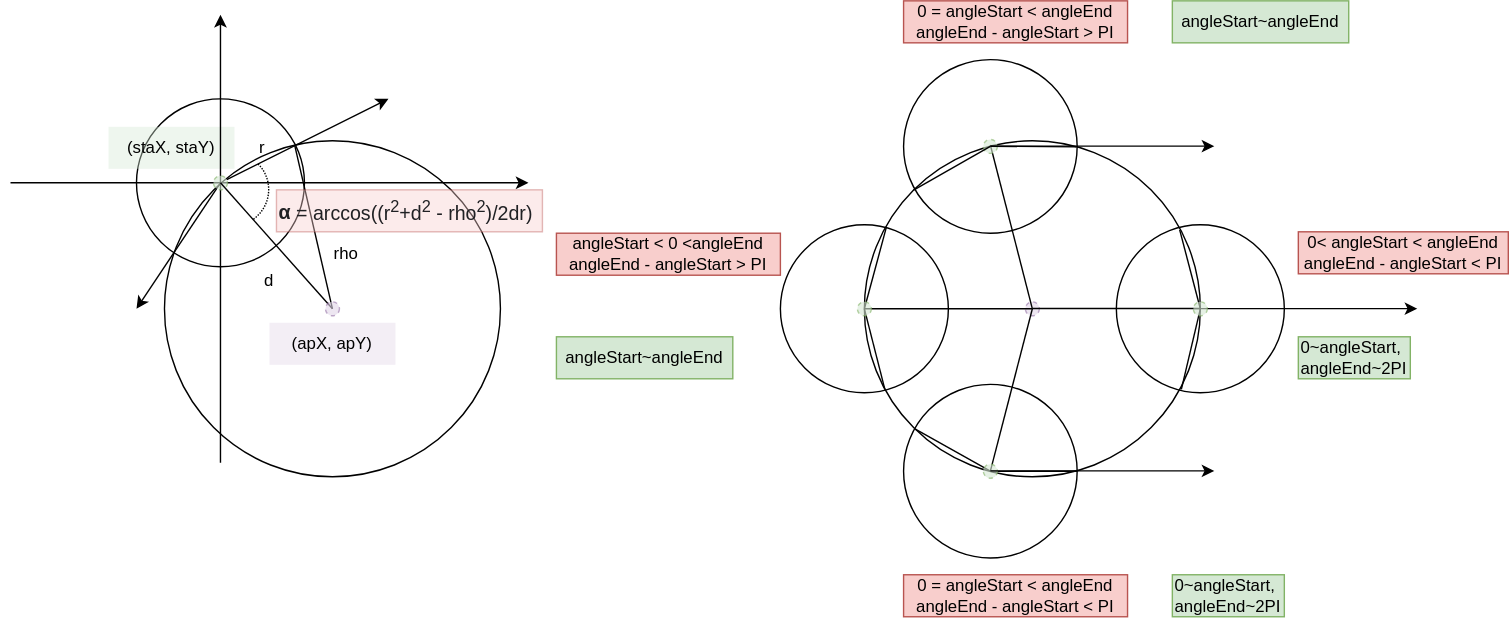
Earlier version of the draw.io export Img/AngleCalc_MovingRange.drawio.svg (USYD-SDN-Lab/Testbed_WIFI_802.11.ah). Source tidied: cells renumbered, new cells last; positions are measured from the earlier drawing's top-left corner, leaving out a move shared by most shapes.
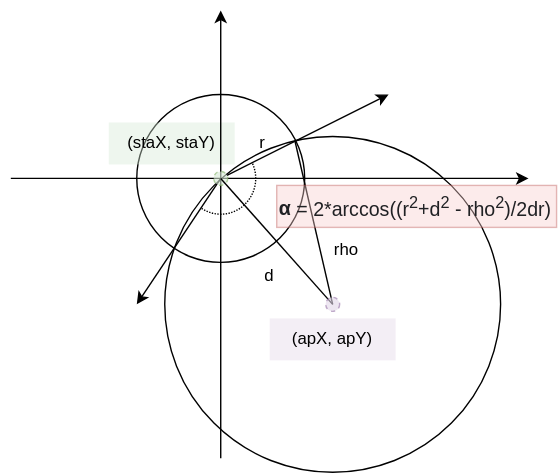
The same file after the commit.

Diff of the diagram source:
```diff
@@ -67,8 +67,8 @@
     <mxCell id="16" style="ellipse;whiteSpace=wrap;html=1;dashed=1;labelBackgroundColor=none;fillColor=#e1d5e7;opacity=60;strokeColor=#9673a6;" parent="1" vertex="1">
       <mxGeometry x="225" y="215" width="10" height="10" as="geometry" />
     </mxCell>
-    <mxCell id="17" style="verticalLabelPosition=bottom;verticalAlign=top;html=1;shape=mxgraph.basic.arc;startAngle=0.3440305841765506;endAngle=0.629941111987983;rotation=-80;dashed=1;dashPattern=1 1;" parent="1" vertex="1">
-      <mxGeometry x="133.8" y="110" width="51.1" height="50" as="geometry" />
+    <mxCell id="17" style="verticalLabelPosition=bottom;verticalAlign=top;html=1;shape=mxgraph.basic.arc;startAngle=0.4321001256099541;endAngle=0.8440305841765505;rotation=-90;dashed=1;dashPattern=1 1;" parent="1" vertex="1">
+      <mxGeometry x="124.4" y="105" width="51.1" height="50" as="geometry" />
     </mxCell>
     <mxCell id="18" value="d" style="text;html=1;strokeColor=none;fillColor=none;align=center;verticalAlign=middle;whiteSpace=wrap;rounded=0;" parent="1" vertex="1">
       <mxGeometry x="155" y="185" width="60" height="30" as="geometry" />
@@ -79,170 +79,8 @@
     <mxCell id="20" value="r" style="text;html=1;strokeColor=none;fillColor=none;align=center;verticalAlign=middle;whiteSpace=wrap;rounded=0;" parent="1" vertex="1">
       <mxGeometry x="150" y="90" width="60" height="30" as="geometry" />
     </mxCell>
-    <mxCell id="21" value="&lt;b style=&quot;color: rgb(32, 33, 36); font-family: &amp;quot;Google Sans&amp;quot;, arial, sans-serif; font-size: 14px;&quot;&gt;α &lt;/b&gt;&lt;span style=&quot;color: rgb(32, 33, 36); font-family: &amp;quot;Google Sans&amp;quot;, arial, sans-serif; font-size: 14px;&quot;&gt;= arccos((r&lt;sup&gt;2&lt;/sup&gt;+d&lt;sup&gt;2&lt;/sup&gt; - rho&lt;sup&gt;2&lt;/sup&gt;)/2dr)&lt;/span&gt;" style="text;html=1;strokeColor=#b85450;fillColor=#f8cecc;align=left;verticalAlign=middle;whiteSpace=wrap;rounded=0;labelBackgroundColor=none;opacity=40;" parent="1" vertex="1">
-      <mxGeometry x="190" y="135" width="190" height="30" as="geometry" />
+    <mxCell id="21" value="&lt;b style=&quot;color: rgb(32, 33, 36); font-family: &amp;quot;Google Sans&amp;quot;, arial, sans-serif; font-size: 14px;&quot;&gt;α &lt;/b&gt;&lt;span style=&quot;color: rgb(32, 33, 36); font-family: &amp;quot;Google Sans&amp;quot;, arial, sans-serif; font-size: 14px;&quot;&gt;= 2*arccos((r&lt;sup&gt;2&lt;/sup&gt;+d&lt;sup&gt;2&lt;/sup&gt; - rho&lt;sup&gt;2&lt;/sup&gt;)/2dr)&lt;/span&gt;" style="text;html=1;strokeColor=#b85450;fillColor=#f8cecc;align=left;verticalAlign=middle;whiteSpace=wrap;rounded=0;labelBackgroundColor=none;opacity=40;" parent="1" vertex="1">
+      <mxGeometry x="190" y="135" width="200" height="30" as="geometry" />
     </mxCell>
-    <mxCell id="22" style="ellipse;whiteSpace=wrap;html=1;fillColor=none;" parent="1" vertex="1">
-      <mxGeometry x="638" y="42" width="124" height="124" as="geometry" />
-    </mxCell>
-    <mxCell id="23" style="ellipse;whiteSpace=wrap;html=1;fillColor=none;" parent="1" vertex="1">
-      <mxGeometry x="610" y="100" width="240" height="240" as="geometry" />
-    </mxCell>
-    <mxCell id="24" style="endArrow=none;html=1;rounded=0;entryX=0.5;entryY=0.5;entryDx=0;entryDy=0;entryPerimeter=0;startArrow=none;" parent="1" edge="1" target="23">
-      <mxGeometry relative="1" as="geometry">
-        <mxPoint x="730" y="220" as="sourcePoint" />
-      </mxGeometry>
-    </mxCell>
-    <mxCell id="25" style="endArrow=none;html=1;rounded=0;dashed=1;startArrow=none;" parent="1" edge="1">
-      <mxGeometry relative="1" as="geometry">
-        <mxPoint x="550.4" y="240" as="sourcePoint" />
-        <mxPoint x="550" y="240" as="targetPoint" />
-      </mxGeometry>
-    </mxCell>
-    <mxCell id="26" style="ellipse;whiteSpace=wrap;html=1;dashed=1;labelBackgroundColor=none;fillColor=#e1d5e7;opacity=60;strokeColor=#9673a6;" parent="1" vertex="1">
-      <mxGeometry x="725" y="215" width="10" height="10" as="geometry" />
-    </mxCell>
-    <mxCell id="27" style="endArrow=none;html=1;rounded=0;" parent="1" edge="1">
-      <mxGeometry relative="1" as="geometry">
-        <mxPoint x="650" y="310" as="sourcePoint" />
-        <mxPoint x="650" y="310" as="targetPoint" />
-      </mxGeometry>
-    </mxCell>
-    <mxCell id="28" style="endArrow=none;html=1;rounded=0;" parent="1" edge="1">
-      <mxGeometry relative="1" as="geometry">
-        <mxPoint x="810" y="130" as="sourcePoint" />
-        <mxPoint x="810" y="130" as="targetPoint" />
-      </mxGeometry>
-    </mxCell>
-    <mxCell id="29" style="endArrow=none;html=1;rounded=0;" parent="1" edge="1">
-      <mxGeometry relative="1" as="geometry">
-        <mxPoint x="730" y="220" as="sourcePoint" />
-        <mxPoint x="700" y="103" as="targetPoint" />
-      </mxGeometry>
-    </mxCell>
-    <mxCell id="30" style="ellipse;whiteSpace=wrap;html=1;dashed=1;labelBackgroundColor=none;fillColor=#d5e8d4;strokeColor=#82b366;opacity=60;" parent="1" vertex="1">
-      <mxGeometry x="695" y="99" width="10" height="10" as="geometry" />
-    </mxCell>
-    <mxCell id="31" style="endArrow=none;html=1;rounded=0;" parent="1" edge="1">
-      <mxGeometry relative="1" as="geometry">
-        <mxPoint x="700" y="336" as="sourcePoint" />
-        <mxPoint x="730" y="220" as="targetPoint" />
-      </mxGeometry>
-    </mxCell>
-    <mxCell id="32" style="ellipse;whiteSpace=wrap;html=1;fillColor=none;" parent="1" vertex="1">
-      <mxGeometry x="550" y="160" width="120" height="120" as="geometry" />
-    </mxCell>
-    <mxCell id="33" style="endArrow=none;html=1;rounded=0;" parent="1" edge="1">
-      <mxGeometry relative="1" as="geometry">
-        <mxPoint x="610" y="220" as="sourcePoint" />
-        <mxPoint x="730" y="220" as="targetPoint" />
-      </mxGeometry>
-    </mxCell>
-    <mxCell id="34" style="endArrow=none;html=1;rounded=0;entryX=0.631;entryY=0.014;entryDx=0;entryDy=0;entryPerimeter=0;" parent="1" edge="1" target="32">
-      <mxGeometry relative="1" as="geometry">
-        <mxPoint x="610" y="220" as="sourcePoint" />
-      </mxGeometry>
-    </mxCell>
-    <mxCell id="35" style="endArrow=none;html=1;rounded=0;entryX=0.061;entryY=0.74;entryDx=0;entryDy=0;entryPerimeter=0;" parent="1" edge="1" target="23">
-      <mxGeometry relative="1" as="geometry">
-        <mxPoint x="610" y="220" as="sourcePoint" />
-      </mxGeometry>
-    </mxCell>
-    <mxCell id="36" style="endArrow=none;html=1;rounded=0;exitX=0;exitY=0;exitDx=0;exitDy=0;" parent="1" edge="1" source="23">
-      <mxGeometry relative="1" as="geometry">
-        <mxPoint x="700" y="104" as="targetPoint" />
-      </mxGeometry>
-    </mxCell>
-    <mxCell id="37" style="endArrow=none;html=1;rounded=0;entryX=0.63;entryY=0.018;entryDx=0;entryDy=0;entryPerimeter=0;" parent="1" edge="1" target="23">
-      <mxGeometry relative="1" as="geometry">
-        <mxPoint x="700" y="103.9" as="sourcePoint" />
-      </mxGeometry>
-    </mxCell>
-    <mxCell id="38" style="ellipse;whiteSpace=wrap;html=1;fillColor=none;" parent="1" vertex="1">
-      <mxGeometry x="638" y="274" width="124" height="124" as="geometry" />
-    </mxCell>
-    <mxCell id="39" style="endArrow=none;html=1;rounded=0;entryX=1;entryY=0.5;entryDx=0;entryDy=0;startArrow=none;" parent="1" edge="1" source="42" target="38">
-      <mxGeometry relative="1" as="geometry" />
-    </mxCell>
-    <mxCell id="40" style="endArrow=none;html=1;rounded=0;entryX=0.068;entryY=0.258;entryDx=0;entryDy=0;entryPerimeter=0;" parent="1" edge="1" target="38">
-      <mxGeometry relative="1" as="geometry">
-        <mxPoint x="700" y="336" as="sourcePoint" />
-      </mxGeometry>
-    </mxCell>
-    <mxCell id="41" style="endArrow=none;html=1;rounded=0;entryX=1;entryY=0.5;entryDx=0;entryDy=0;" parent="1" edge="1" target="42">
-      <mxGeometry relative="1" as="geometry">
-        <mxPoint x="700" y="335.8" as="sourcePoint" />
-      </mxGeometry>
-    </mxCell>
-    <mxCell id="42" style="ellipse;whiteSpace=wrap;html=1;dashed=1;labelBackgroundColor=none;fillColor=#d5e8d4;strokeColor=#82b366;opacity=60;" parent="1" vertex="1">
-      <mxGeometry x="695" y="331" width="10" height="10" as="geometry" />
-    </mxCell>
-    <mxCell id="43" style="ellipse;whiteSpace=wrap;html=1;dashed=1;labelBackgroundColor=none;fillColor=#d5e8d4;strokeColor=#82b366;opacity=60;" parent="1" vertex="1">
-      <mxGeometry x="605" y="215" width="10" height="10" as="geometry" />
-    </mxCell>
-    <mxCell id="44" style="ellipse;whiteSpace=wrap;html=1;fillColor=none;" parent="1" vertex="1">
-      <mxGeometry x="790" y="160" width="120" height="120" as="geometry" />
-    </mxCell>
-    <mxCell id="45" style="endArrow=none;html=1;rounded=0;" parent="1" edge="1">
-      <mxGeometry relative="1" as="geometry">
-        <mxPoint x="730" y="219.8" as="sourcePoint" />
-        <mxPoint x="850" y="219.8" as="targetPoint" />
-      </mxGeometry>
-    </mxCell>
-    <mxCell id="46" style="endArrow=none;html=1;rounded=0;entryX=0.377;entryY=0.03;entryDx=0;entryDy=0;entryPerimeter=0;" parent="1" edge="1" target="44">
-      <mxGeometry relative="1" as="geometry">
-        <mxPoint x="850" y="220" as="sourcePoint" />
-      </mxGeometry>
-    </mxCell>
-    <mxCell id="47" style="endArrow=none;html=1;rounded=0;exitX=0.387;exitY=0.98;exitDx=0;exitDy=0;exitPerimeter=0;" parent="1" edge="1" source="44">
-      <mxGeometry relative="1" as="geometry">
-        <mxPoint x="850" y="220" as="targetPoint" />
-      </mxGeometry>
-    </mxCell>
-    <mxCell id="48" style="endArrow=classic;html=1;rounded=0;" parent="1" edge="1">
-      <mxGeometry relative="1" as="geometry">
-        <mxPoint x="700" y="335.8" as="sourcePoint" />
-        <mxPoint x="860" y="335.8" as="targetPoint" />
-      </mxGeometry>
-    </mxCell>
-    <mxCell id="49" style="endArrow=classic;html=1;rounded=0;" parent="1" edge="1">
-      <mxGeometry relative="1" as="geometry">
-        <mxPoint x="700" y="103.8" as="sourcePoint" />
-        <mxPoint x="860" y="103.8" as="targetPoint" />
-      </mxGeometry>
-    </mxCell>
-    <mxCell id="50" style="endArrow=classic;html=1;rounded=0;" parent="1" edge="1">
-      <mxGeometry relative="1" as="geometry">
-        <mxPoint x="845" y="219.9" as="sourcePoint" />
-        <mxPoint x="1005" y="219.9" as="targetPoint" />
-      </mxGeometry>
-    </mxCell>
-    <mxCell id="51" style="ellipse;whiteSpace=wrap;html=1;dashed=1;labelBackgroundColor=none;fillColor=#d5e8d4;strokeColor=#82b366;opacity=60;" parent="1" vertex="1">
-      <mxGeometry x="845" y="215" width="10" height="10" as="geometry" />
-    </mxCell>
-    <mxCell id="52" value="0 = angleStart &amp;lt; angleEnd&lt;br&gt;angleEnd - angleStart &amp;gt; PI" style="text;html=1;strokeColor=#b85450;fillColor=#f8cecc;align=center;verticalAlign=middle;whiteSpace=wrap;rounded=0;" parent="1" vertex="1">
-      <mxGeometry x="638" width="160" height="30" as="geometry" />
-    </mxCell>
-    <mxCell id="53" value="angleStart &amp;lt; 0 &amp;lt;angleEnd&lt;br&gt;angleEnd - angleStart &amp;gt; PI" style="text;html=1;strokeColor=#b85450;fillColor=#f8cecc;align=center;verticalAlign=middle;whiteSpace=wrap;rounded=0;" parent="1" vertex="1">
-      <mxGeometry x="390" y="166" width="160" height="30" as="geometry" />
-    </mxCell>
-    <mxCell id="54" value="0 = angleStart &amp;lt; angleEnd&lt;br&gt;angleEnd - angleStart &amp;lt; PI" style="text;html=1;strokeColor=#b85450;fillColor=#f8cecc;align=center;verticalAlign=middle;whiteSpace=wrap;rounded=0;" parent="1" vertex="1">
-      <mxGeometry x="638" y="410" width="160" height="30" as="geometry" />
-    </mxCell>
-    <mxCell id="55" value="0&amp;lt; angleStart &amp;lt; angleEnd&lt;br&gt;angleEnd - angleStart &amp;lt; PI" style="text;html=1;strokeColor=#b85450;fillColor=#f8cecc;align=center;verticalAlign=middle;whiteSpace=wrap;rounded=0;" parent="1" vertex="1">
-      <mxGeometry x="920" y="165" width="150" height="30" as="geometry" />
-    </mxCell>
-    <mxCell id="56" value="angleStart~angleEnd" style="text;html=1;strokeColor=#82b366;fillColor=#d5e8d4;align=center;verticalAlign=middle;whiteSpace=wrap;rounded=0;" parent="1" vertex="1">
-      <mxGeometry x="390" y="240" width="126" height="30" as="geometry" />
-    </mxCell>
-    <mxCell id="57" value="angleStart~angleEnd" style="text;html=1;strokeColor=#82b366;fillColor=#d5e8d4;align=center;verticalAlign=middle;whiteSpace=wrap;rounded=0;" parent="1" vertex="1">
-      <mxGeometry x="830" width="126" height="30" as="geometry" />
-    </mxCell>
-    <mxCell id="58" value="0~angleStart, angleEnd~2PI" style="text;html=1;strokeColor=#82b366;fillColor=#d5e8d4;align=left;verticalAlign=middle;whiteSpace=wrap;rounded=0;" parent="1" vertex="1">
-      <mxGeometry x="920" y="240" width="80" height="30" as="geometry" />
-    </mxCell>
-    <mxCell id="59" value="0~angleStart, angleEnd~2PI" style="text;html=1;strokeColor=#82b366;fillColor=#d5e8d4;align=left;verticalAlign=middle;whiteSpace=wrap;rounded=0;" parent="1" vertex="1">
-      <mxGeometry x="830" y="410" width="80" height="30" as="geometry" />
-    </mxCell>
   </root>
 </mxGraphModel>
```
